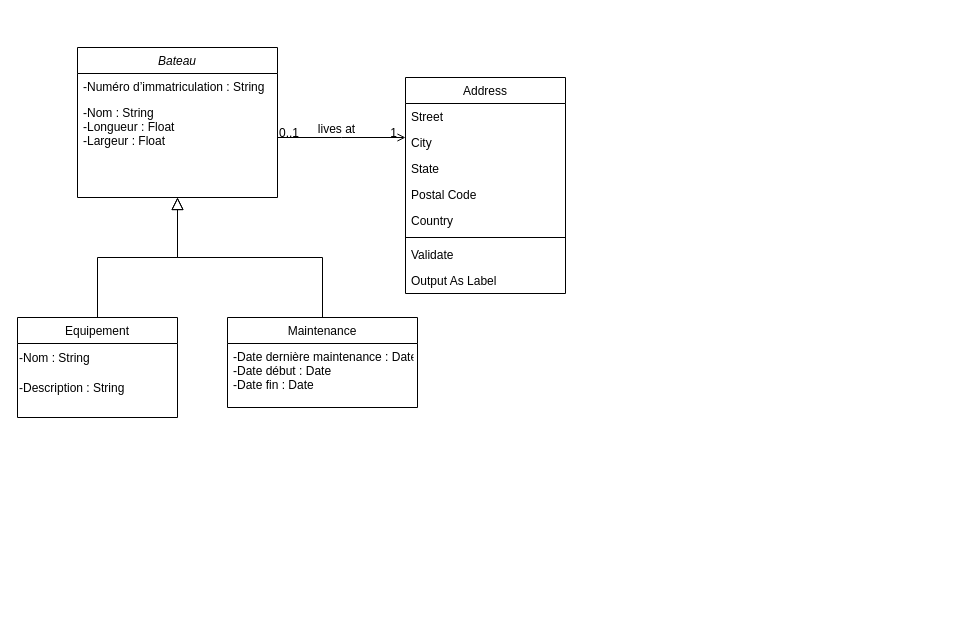
This is Diagramme sans nom.drawio from NicolasRbls/Diagramme, a draw.io file, before an edit. Source tidied: cells renumbered, new cells numbered last; positions are measured from the earlier drawing's top-left corner, leaving out a move shared by most shapes. Both pictures are drawn from the tidied source at 100%, with x=0, y=0 at pixel (17, 47).
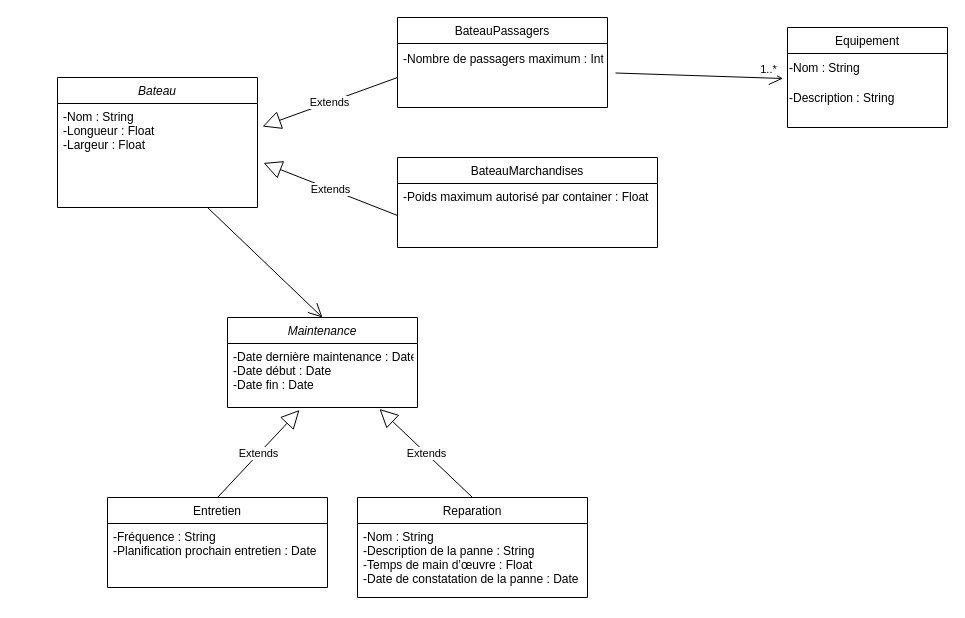
The same page after the edit.

Commit message (it also covers changes not shown here):
Mettre à jour Diagramme sans nom.drawio

The change refers to these unchanged cells:
```xml
<mxCell id="10" value="-Date dernière maintenance : Date&#10;-Date début : Date&#10;-Date fin : Date&#10;" style="text;align=left;verticalAlign=top;spacingLeft=4;spacingRight=4;overflow=hidden;points=[[0,0.5],[1,0.5]];portConstraint=eastwest;" parent="9" vertex="1">
  <mxGeometry y="26" width="190" height="64" as="geometry" />
</mxCell>
```

Change to the diagram source:
```diff
@@
     <mxCell id="2" value="Bateau" style="swimlane;fontStyle=2;align=center;verticalAlign=top;horizontal=1;startSize=26;rounded=0;shadow=0;strokeWidth=1;" parent="1" vertex="1">
-      <mxGeometry x="60" width="200" height="150" as="geometry" />
+      <mxGeometry x="40" y="30" width="200" height="130" as="geometry" />
     </mxCell>
-    <mxCell id="3" value="-Numéro d’immatriculation : String" style="text;align=left;verticalAlign=top;spacingLeft=4;spacingRight=4;overflow=hidden;rounded=0;shadow=0;html=0;" parent="2" vertex="1">
-      <mxGeometry y="26" width="200" height="26" as="geometry" />
-    </mxCell>
     <mxCell id="4" value="-Nom : String&#10;-Longueur : Float&#10;-Largeur : Float" style="text;align=left;verticalAlign=top;spacingLeft=4;spacingRight=4;overflow=hidden;points=[[0,0.5],[1,0.5]];portConstraint=eastwest;rounded=0;shadow=0;html=0;" parent="2" vertex="1">
-      <mxGeometry y="52" width="200" height="98" as="geometry" />
+      <mxGeometry y="26" width="200" height="98" as="geometry" />
     </mxCell>
     <mxCell id="5" value="Equipement" style="swimlane;fontStyle=0;align=center;verticalAlign=top;horizontal=1;startSize=26;rounded=0;shadow=0;strokeWidth=1;" parent="1" vertex="1">
-      <mxGeometry y="270" width="160" height="100" as="geometry" />
+      <mxGeometry x="770" y="-20" width="160" height="100" as="geometry" />
     </mxCell>
@@
-    <mxCell id="8" style="endArrow=block;endSize=10;endFill=0;shadow=0;strokeWidth=1;rounded=0;edgeStyle=elbowEdgeStyle;elbow=vertical;" parent="1" edge="1" source="5" target="2">
-      <mxGeometry relative="1" as="geometry" />
-    </mxCell>
-    <mxCell id="9" value="Maintenance" style="swimlane;fontStyle=0;align=center;verticalAlign=top;horizontal=1;startSize=26;rounded=0;shadow=0;strokeWidth=1;" parent="1" vertex="1">
+    <mxCell id="9" value="Maintenance" style="swimlane;fontStyle=2;align=center;verticalAlign=top;horizontal=1;startSize=26;rounded=0;shadow=0;strokeWidth=1;" parent="1" vertex="1">
       <mxGeometry x="210" y="270" width="190" height="90" as="geometry" />
     </mxCell>
@@
-    <mxCell id="11" style="endArrow=block;endSize=10;endFill=0;shadow=0;strokeWidth=1;rounded=0;edgeStyle=elbowEdgeStyle;elbow=vertical;" parent="1" edge="1" source="9" target="2">
-      <mxGeometry relative="1" as="geometry" />
-    </mxCell>
-    <mxCell id="12" value="Address" style="swimlane;fontStyle=0;align=center;verticalAlign=top;horizontal=1;startSize=26;rounded=0;shadow=0;strokeWidth=1;" parent="1" vertex="1">
-      <mxGeometry x="388" y="30" width="160" height="216" as="geometry" />
-    </mxCell>
-    <mxCell id="13" value="Street" style="text;align=left;verticalAlign=top;spacingLeft=4;spacingRight=4;overflow=hidden;" parent="12" vertex="1">
-      <mxGeometry y="26" width="160" height="26" as="geometry" />
-    </mxCell>
-    <mxCell id="14" value="City" style="text;align=left;verticalAlign=top;spacingLeft=4;spacingRight=4;overflow=hidden;rounded=0;shadow=0;html=0;" parent="12" vertex="1">
-      <mxGeometry y="52" width="160" height="26" as="geometry" />
-    </mxCell>
-    <mxCell id="15" value="State" style="text;align=left;verticalAlign=top;spacingLeft=4;spacingRight=4;overflow=hidden;rounded=0;shadow=0;html=0;" parent="12" vertex="1">
-      <mxGeometry y="78" width="160" height="26" as="geometry" />
-    </mxCell>
-    <mxCell id="16" value="Postal Code" style="text;align=left;verticalAlign=top;spacingLeft=4;spacingRight=4;overflow=hidden;rounded=0;shadow=0;html=0;" parent="12" vertex="1">
-      <mxGeometry y="104" width="160" height="26" as="geometry" />
-    </mxCell>
-    <mxCell id="17" value="Country" style="text;align=left;verticalAlign=top;spacingLeft=4;spacingRight=4;overflow=hidden;rounded=0;shadow=0;html=0;" parent="12" vertex="1">
-      <mxGeometry y="130" width="160" height="26" as="geometry" />
-    </mxCell>
-    <mxCell id="18" style="line;html=1;strokeWidth=1;align=left;verticalAlign=middle;spacingTop=-1;spacingLeft=3;spacingRight=3;labelPosition=right;" parent="12" vertex="1">
-      <mxGeometry y="156" width="160" height="8" as="geometry" />
-    </mxCell>
-    <mxCell id="19" value="Validate" style="text;align=left;verticalAlign=top;spacingLeft=4;spacingRight=4;overflow=hidden;" parent="12" vertex="1">
-      <mxGeometry y="164" width="160" height="26" as="geometry" />
-    </mxCell>
-    <mxCell id="20" value="Output As Label" style="text;align=left;verticalAlign=top;spacingLeft=4;spacingRight=4;overflow=hidden;" parent="12" vertex="1">
-      <mxGeometry y="190" width="160" height="26" as="geometry" />
-    </mxCell>
-    <mxCell id="21" style="endArrow=open;shadow=0;strokeWidth=1;rounded=0;endFill=1;edgeStyle=elbowEdgeStyle;elbow=vertical;" parent="1" edge="1" source="2" target="12">
-      <mxGeometry x="0.5" y="41" relative="1" as="geometry">
-        <mxPoint x="-40" y="32" as="offset" />
-      </mxGeometry>
-    </mxCell>
-    <mxCell id="22" value="0..1" style="align=left;verticalAlign=bottom;labelBackgroundColor=none;fontSize=12;" parent="21" vertex="1">
-      <mxGeometry x="-1" relative="1" as="geometry">
-        <mxPoint y="4" as="offset" />
-      </mxGeometry>
-    </mxCell>
-    <mxCell id="23" value="1" style="align=right;verticalAlign=bottom;labelBackgroundColor=none;fontSize=12;" parent="21" vertex="1">
-      <mxGeometry x="1" relative="1" as="geometry">
-        <mxPoint x="-7" y="4" as="offset" />
-      </mxGeometry>
-    </mxCell>
-    <mxCell id="24" value="lives at" style="text;html=1;align=center;verticalAlign=middle;labelBackgroundColor=none;rounded=0;shadow=0;strokeWidth=1;fontSize=12;" parent="21" vertex="1">
-      <mxGeometry x="0.5" y="49" relative="1" as="geometry">
-        <mxPoint x="-38" y="40" as="offset" />
-      </mxGeometry>
-    </mxCell>
+    <mxCell id="25" value="BateauPassagers" style="swimlane;fontStyle=0;align=center;verticalAlign=top;horizontal=1;startSize=26;rounded=0;shadow=0;strokeWidth=1;" parent="1" vertex="1">
+      <mxGeometry x="380" y="-30" width="210" height="90" as="geometry" />
+    </mxCell>
+    <mxCell id="26" value="BateauMarchandises" style="swimlane;fontStyle=0;align=center;verticalAlign=top;horizontal=1;startSize=26;rounded=0;shadow=0;strokeWidth=1;" parent="1" vertex="1">
+      <mxGeometry x="380" y="110" width="260" height="90" as="geometry" />
+    </mxCell>
+    <mxCell id="27" value="-Poids maximum autorisé par container : Float" style="text;align=left;verticalAlign=top;spacingLeft=4;spacingRight=4;overflow=hidden;points=[[0,0.5],[1,0.5]];portConstraint=eastwest;" parent="26" vertex="1">
+      <mxGeometry y="26" width="260" height="64" as="geometry" />
+    </mxCell>
+    <mxCell id="28" value="Extends" style="endArrow=block;endSize=16;endFill=0;html=1;rounded=0;exitX=0;exitY=0.5;exitDx=0;exitDy=0;entryX=1.025;entryY=0.235;entryDx=0;entryDy=0;entryPerimeter=0;" parent="1" edge="1" source="38" target="4">
+      <mxGeometry relative="1" as="geometry" />
+    </mxCell>
+    <mxCell id="29" value="Extends" style="endArrow=block;endSize=16;endFill=0;html=1;rounded=0;exitX=0;exitY=0.5;exitDx=0;exitDy=0;entryX=1.03;entryY=0.607;entryDx=0;entryDy=0;entryPerimeter=0;" parent="1" edge="1" source="27" target="4">
+      <mxGeometry relative="1" as="geometry" />
+    </mxCell>
+    <mxCell id="30" style="endArrow=open;endFill=1;endSize=12;html=1;rounded=0;exitX=0.75;exitY=1;exitDx=0;exitDy=0;entryX=0.5;entryY=0;entryDx=0;entryDy=0;" parent="1" edge="1" source="2" target="9">
+      <mxGeometry relative="1" as="geometry" />
+    </mxCell>
+    <mxCell id="31" value="Reparation " style="swimlane;fontStyle=0;align=center;verticalAlign=top;horizontal=1;startSize=26;rounded=0;shadow=0;strokeWidth=1;" parent="1" vertex="1">
+      <mxGeometry x="340" y="450" width="230" height="100" as="geometry" />
+    </mxCell>
+    <mxCell id="32" value="-Nom : String&#10;-Description de la panne : String&#10;-Temps de main d’œuvre : Float&#10;-Date de constatation de la panne : Date" style="text;align=left;verticalAlign=top;spacingLeft=4;spacingRight=4;overflow=hidden;" parent="31" vertex="1">
+      <mxGeometry y="26" width="230" height="74" as="geometry" />
+    </mxCell>
+    <mxCell id="33" value="Extends" style="endArrow=block;endSize=16;endFill=0;html=1;rounded=0;exitX=0.5;exitY=0;exitDx=0;exitDy=0;entryX=0.8;entryY=1.023;entryDx=0;entryDy=0;entryPerimeter=0;" parent="1" edge="1" source="31" target="10">
+      <mxGeometry relative="1" as="geometry" />
+    </mxCell>
+    <mxCell id="34" value="Entretien " style="swimlane;fontStyle=0;align=center;verticalAlign=top;horizontal=1;startSize=26;rounded=0;shadow=0;strokeWidth=1;" parent="1" vertex="1">
+      <mxGeometry x="90" y="450" width="220" height="90" as="geometry" />
+    </mxCell>
+    <mxCell id="35" value="-Fréquence : String&#10;-Planification prochain entretien : Date" style="text;align=left;verticalAlign=top;spacingLeft=4;spacingRight=4;overflow=hidden;" parent="34" vertex="1">
+      <mxGeometry y="26" width="220" height="64" as="geometry" />
+    </mxCell>
+    <mxCell id="36" style="endArrow=open;endFill=1;endSize=12;html=1;rounded=0;entryX=-0.022;entryY=-0.167;entryDx=0;entryDy=0;exitX=1.043;exitY=0.43;exitDx=0;exitDy=0;entryPerimeter=0;exitPerimeter=0;" parent="1" edge="1">
+      <mxGeometry relative="1" as="geometry">
+        <mxPoint x="598" y="25.5" as="sourcePoint" />
+        <mxPoint x="765.5" y="31" as="targetPoint" />
+      </mxGeometry>
+    </mxCell>
+    <mxCell id="37" value="1..*" style="edgeLabel;html=1;align=center;verticalAlign=middle;" parent="36" vertex="1">
+      <mxGeometry x="-0.68" y="3" relative="1" as="geometry">
+        <mxPoint x="125" y="-2" as="offset" />
+      </mxGeometry>
+    </mxCell>
+    <mxCell id="38" value="-Nombre de passagers maximum : Int" style="text;align=left;verticalAlign=top;spacingLeft=4;spacingRight=4;overflow=hidden;points=[[0,0.5],[1,0.5]];portConstraint=eastwest;" parent="1" vertex="1">
+      <mxGeometry x="380" y="-2" width="210" height="64" as="geometry" />
+    </mxCell>
+    <mxCell id="39" value="Extends" style="endArrow=block;endSize=16;endFill=0;html=1;rounded=0;exitX=0.5;exitY=0;exitDx=0;exitDy=0;entryX=0.379;entryY=1.039;entryDx=0;entryDy=0;entryPerimeter=0;" parent="1" edge="1" source="34" target="10">
+      <mxGeometry relative="1" as="geometry" />
+    </mxCell>
```
